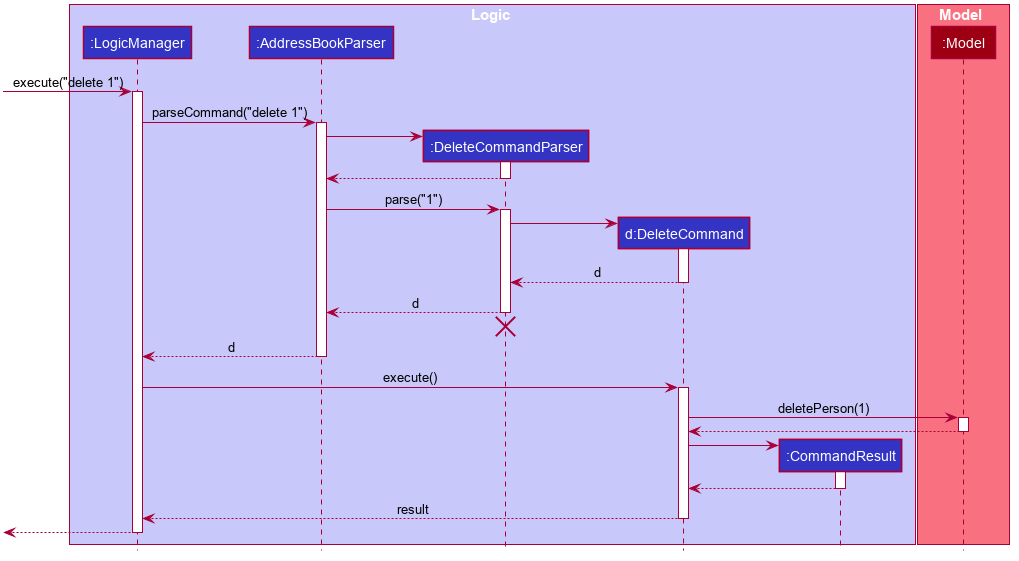
Before: docs/images/DeleteSequenceDiagram.png, a diagram exported from PlantUML (nus-cs2103-AY1920S1/addressbook-level3).
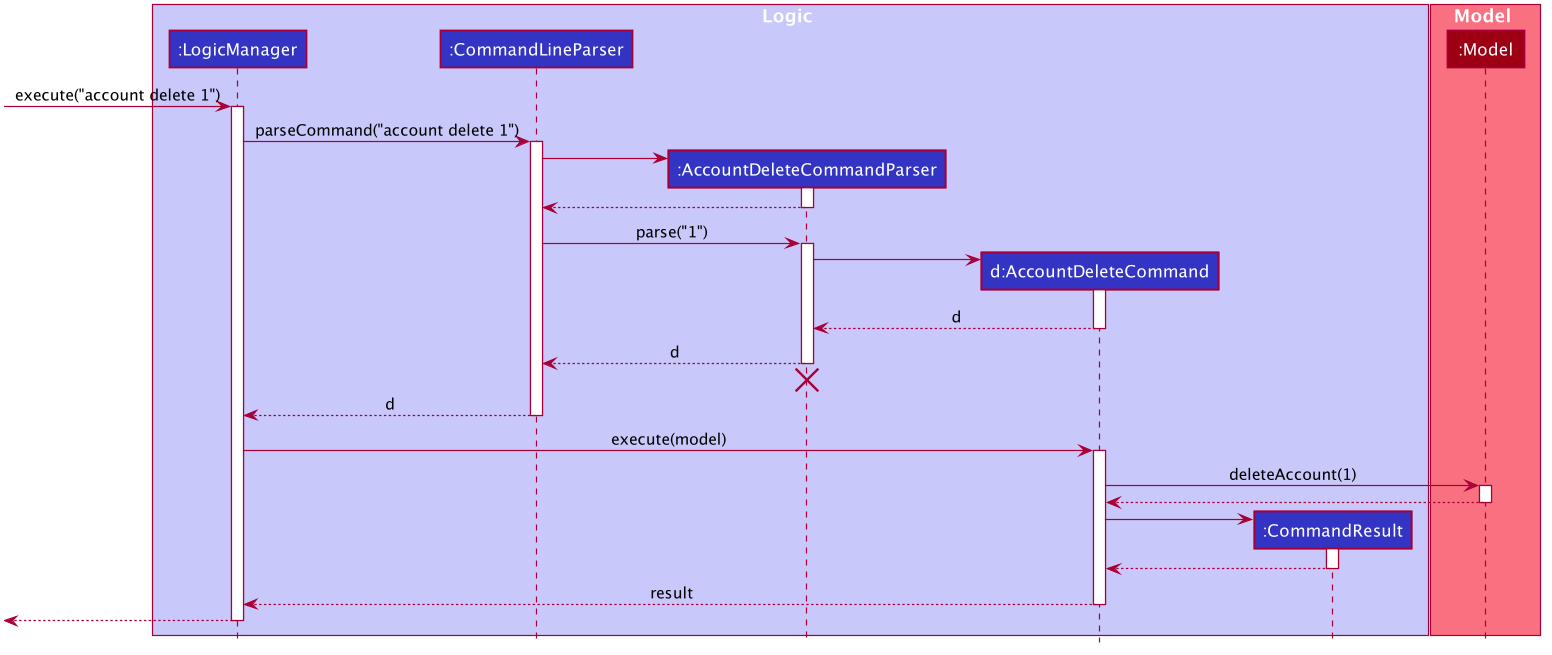
After the change.

Commit message:
Update sequence and activity images

Change to the diagram source:
```diff
@@ -50,9 +50,9 @@
 
 box Logic #C8C8FA
 participant ":LogicManager" as LogicManager #3333C4
-participant ":AddressBookParser" as AddressBookParser #3333C4
-participant ":DeleteCommandParser" as DeleteCommandParser #3333C4
-participant "d:DeleteCommand" as DeleteCommand #3333C4
+participant ":CommandLineParser" as CommandLineParser #3333C4
+participant ":AccountDeleteCommandParser" as AccountDeleteCommandParser #3333C4
+participant "d:AccountDeleteCommand" as AccountDeleteCommand #3333C4
 participant ":CommandResult" as CommandResult #3333C4
 end box
 
@@ -60,55 +60,55 @@
 participant ":Model" as Model #9D0012
 end box
 
-[-> LogicManager : execute("delete 1")
+[-> LogicManager : execute("account delete 1")
 activate LogicManager
 
-LogicManager -> AddressBookParser : parseCommand("delete 1")
-activate AddressBookParser
+LogicManager -> CommandLineParser : parseCommand("account delete 1")
+activate CommandLineParser
 
-create DeleteCommandParser
-AddressBookParser -> DeleteCommandParser
-activate DeleteCommandParser
+create AccountDeleteCommandParser
+CommandLineParser -> AccountDeleteCommandParser
+activate AccountDeleteCommandParser
 
-DeleteCommandParser --> AddressBookParser
-deactivate DeleteCommandParser
+AccountDeleteCommandParser --> CommandLineParser
+deactivate AccountDeleteCommandParser
 
-AddressBookParser -> DeleteCommandParser : parse("1")
-activate DeleteCommandParser
+CommandLineParser -> AccountDeleteCommandParser : parse("1")
+activate AccountDeleteCommandParser
 
-create DeleteCommand
-DeleteCommandParser -> DeleteCommand
-activate DeleteCommand
+create AccountDeleteCommand
+AccountDeleteCommandParser -> AccountDeleteCommand
+activate AccountDeleteCommand
 
-DeleteCommand --> DeleteCommandParser : d
-deactivate DeleteCommand
+AccountDeleteCommand --> AccountDeleteCommandParser : d
+deactivate AccountDeleteCommand
 
-DeleteCommandParser --> AddressBookParser : d
-deactivate DeleteCommandParser
-DeleteCommandParser -[hidden]-> AddressBookParser
-destroy DeleteCommandParser
+AccountDeleteCommandParser --> CommandLineParser : d
+deactivate AccountDeleteCommandParser
+AccountDeleteCommandParser -[hidden]-> CommandLineParser
+destroy AccountDeleteCommandParser
 
-AddressBookParser --> LogicManager : d
-deactivate AddressBookParser
+CommandLineParser --> LogicManager : d
+deactivate CommandLineParser
 
-LogicManager -> DeleteCommand : execute()
-activate DeleteCommand
+LogicManager -> AccountDeleteCommand : execute(model)
+activate AccountDeleteCommand
 
-DeleteCommand -> Model : deletePerson(1)
+AccountDeleteCommand -> Model : deleteAccount(1)
 activate Model
 
-Model --> DeleteCommand
+Model --> AccountDeleteCommand
 deactivate Model
 
 create CommandResult
-DeleteCommand -> CommandResult
+AccountDeleteCommand -> CommandResult
 activate CommandResult
 
-CommandResult --> DeleteCommand
+CommandResult --> AccountDeleteCommand
 deactivate CommandResult
 
-DeleteCommand --> LogicManager : result
-deactivate DeleteCommand
+AccountDeleteCommand --> LogicManager : result
+deactivate AccountDeleteCommand
 
 [<--LogicManager
 deactivate LogicManager
```
